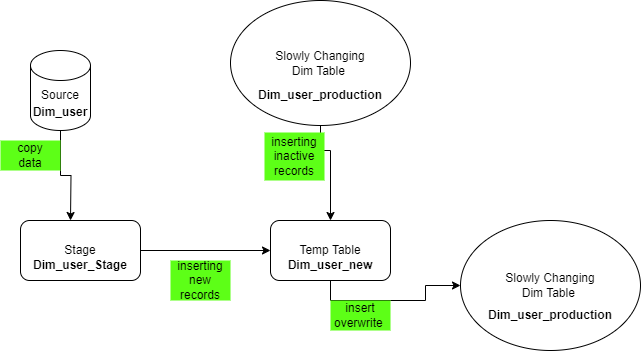
The draw.io diagram Diagram.png in MarkSamuell/Implementing-SCDs-in-Hive, before a commit. Source tidied: cells renumbered, new cells last; positions are measured from the earlier drawing's top-left corner, leaving out a move shared by most shapes.
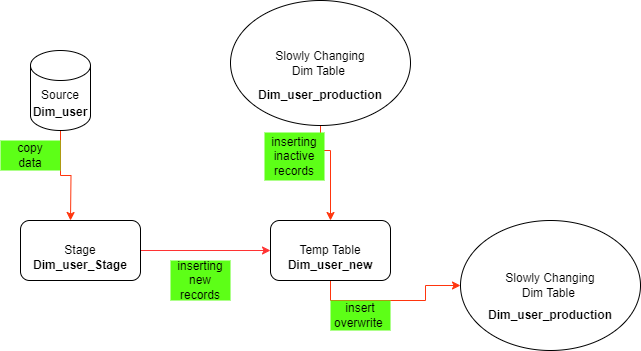
Later version of the same file.

Change to the diagram source:
```diff
@@ -2,7 +2,7 @@
   <root>
     <mxCell id="0" />
     <mxCell id="1" parent="0" />
-    <mxCell id="2" style="edgeStyle=orthogonalEdgeStyle;rounded=0;jettySize=auto;html=1;exitX=0.5;exitY=1;exitDx=0;exitDy=0;exitPerimeter=0;" parent="1" edge="1" source="3">
+    <mxCell id="2" style="edgeStyle=orthogonalEdgeStyle;rounded=0;jettySize=auto;html=1;exitX=0.5;exitY=1;exitDx=0;exitDy=0;exitPerimeter=0;fillColor=#FF0000;strokeColor=#FF350D;" parent="1" edge="1" source="3">
       <mxGeometry relative="1" as="geometry">
         <mxPoint x="70" y="220" as="targetPoint" />
       </mxGeometry>
@@ -16,7 +16,7 @@
     <mxCell id="5" value="Dim_user" style="text;html=1;align=center;verticalAlign=middle;whiteSpace=wrap;rounded=0;fontStyle=1;" parent="1" vertex="1">
       <mxGeometry x="30" y="92" width="60" height="40" as="geometry" />
     </mxCell>
-    <mxCell id="6" style="edgeStyle=orthogonalEdgeStyle;rounded=0;jettySize=auto;html=1;exitX=1;exitY=0.5;exitDx=0;exitDy=0;" parent="1" edge="1" source="7" target="11">
+    <mxCell id="6" style="edgeStyle=orthogonalEdgeStyle;rounded=0;jettySize=auto;html=1;exitX=1;exitY=0.5;exitDx=0;exitDy=0;strokeColor=#FF3333;" parent="1" edge="1" source="7" target="11">
       <mxGeometry relative="1" as="geometry" />
     </mxCell>
     <mxCell id="7" style="rounded=1;whiteSpace=wrap;html=1;" parent="1" vertex="1">
@@ -28,7 +28,7 @@
     <mxCell id="9" value="Dim_user_Stage" style="text;html=1;align=center;verticalAlign=middle;whiteSpace=wrap;rounded=0;fontStyle=1;" parent="1" vertex="1">
       <mxGeometry x="35" y="250" width="90" height="30" as="geometry" />
     </mxCell>
-    <mxCell id="10" style="edgeStyle=orthogonalEdgeStyle;rounded=0;jettySize=auto;html=1;exitX=0.5;exitY=1;exitDx=0;exitDy=0;" parent="1" edge="1" source="11" target="16">
+    <mxCell id="10" style="edgeStyle=orthogonalEdgeStyle;rounded=0;jettySize=auto;html=1;exitX=0.5;exitY=1;exitDx=0;exitDy=0;strokeColor=#FF350D;" parent="1" edge="1" source="11" target="16">
       <mxGeometry relative="1" as="geometry" />
     </mxCell>
     <mxCell id="11" value="Temp Table" style="rounded=1;whiteSpace=wrap;html=1;" parent="1" vertex="1">
@@ -37,7 +37,7 @@
     <mxCell id="12" value="&lt;b&gt;Dim_user_new&lt;/b&gt;" style="text;html=1;align=center;verticalAlign=middle;whiteSpace=wrap;rounded=0;" parent="1" vertex="1">
       <mxGeometry x="300" y="250" width="60" height="30" as="geometry" />
     </mxCell>
-    <mxCell id="13" style="edgeStyle=orthogonalEdgeStyle;rounded=0;jettySize=auto;html=1;exitX=0.5;exitY=1;exitDx=0;exitDy=0;" parent="1" edge="1" source="14">
+    <mxCell id="13" style="edgeStyle=orthogonalEdgeStyle;rounded=0;jettySize=auto;html=1;exitX=0.5;exitY=1;exitDx=0;exitDy=0;strokeColor=#FF350D;" parent="1" edge="1" source="14">
       <mxGeometry relative="1" as="geometry">
         <mxPoint x="330" y="220" as="targetPoint" />
         <Array as="points">
```
